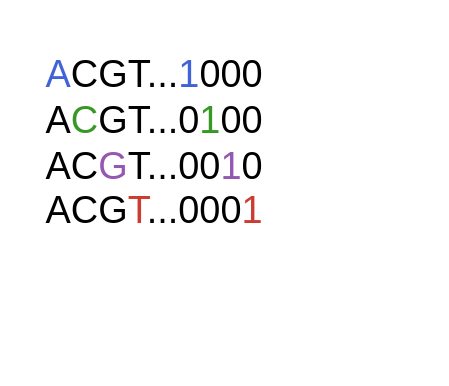
The draw.io diagram docs/src/assets/logo.drawio in camilogarciabotero/BioVossEncoder.jl, before the edit. Source tidied: cells renumbered, new cells numbered last; positions are measured from the earlier drawing's top-left corner, leaving out a move shared by most shapes. Both pictures are drawn from the tidied source at 158%, with x=0, y=0 at pixel (27, 27).
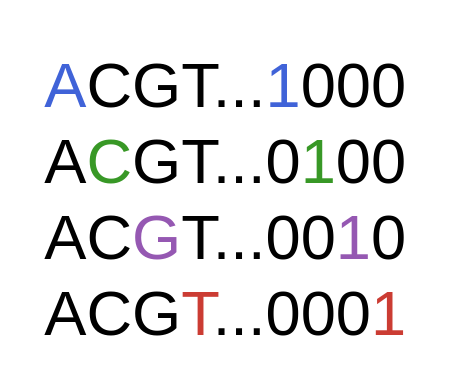
The same diagram, later.

What changed in the source:
```diff
@@
 <mxGraphModel>
   <root>
     <mxCell id="0" />
     <mxCell id="1" parent="0" />
-    <mxCell id="2" value="&lt;font color=&quot;#4063d8&quot; style=&quot;font-size: 24px;&quot;&gt;A&lt;/font&gt;&lt;font style=&quot;font-size: 24px;&quot;&gt;C&lt;/font&gt;&lt;font style=&quot;font-size: 24px;&quot;&gt;G&lt;/font&gt;&lt;font style=&quot;font-size: 24px;&quot;&gt;T&lt;/font&gt;...&lt;font color=&quot;#4063d8&quot; style=&quot;font-size: 24px;&quot;&gt;1&lt;/font&gt;000&lt;br style=&quot;font-size: 24px;&quot;&gt;&lt;font style=&quot;font-size: 24px;&quot;&gt;A&lt;/font&gt;&lt;font color=&quot;#389826&quot; style=&quot;font-size: 24px;&quot;&gt;C&lt;/font&gt;&lt;font style=&quot;font-size: 24px;&quot;&gt;G&lt;/font&gt;&lt;font style=&quot;font-size: 24px;&quot;&gt;T&lt;/font&gt;...0&lt;font color=&quot;#389826&quot; style=&quot;font-size: 24px;&quot;&gt;1&lt;/font&gt;00&lt;br style=&quot;font-size: 24px;&quot;&gt;&lt;font style=&quot;font-size: 24px;&quot;&gt;A&lt;/font&gt;&lt;font style=&quot;font-size: 24px;&quot;&gt;C&lt;/font&gt;&lt;font color=&quot;#9558b2&quot; style=&quot;font-size: 24px;&quot;&gt;G&lt;/font&gt;&lt;font style=&quot;font-size: 24px;&quot;&gt;T&lt;/font&gt;...00&lt;font color=&quot;#9558b2&quot; style=&quot;font-size: 24px;&quot;&gt;1&lt;/font&gt;0&lt;br style=&quot;font-size: 24px;&quot;&gt;&lt;font style=&quot;font-size: 24px;&quot;&gt;A&lt;/font&gt;&lt;font style=&quot;font-size: 24px;&quot;&gt;C&lt;/font&gt;&lt;font style=&quot;font-size: 24px;&quot;&gt;G&lt;/font&gt;&lt;font color=&quot;#cb3c33&quot; style=&quot;font-size: 24px;&quot;&gt;T&lt;/font&gt;...000&lt;font color=&quot;#cb3c33&quot; style=&quot;font-size: 24px;&quot;&gt;1&lt;/font&gt;" style="text;html=1;align=center;verticalAlign=middle;fillColor=none;rotation=0;fontSize=24;rounded=0;glass=0;horizontal=1;spacingTop=5;spacing=4;spacingLeft=0;labelBackgroundColor=none;labelBorderColor=none;" parent="1" vertex="1">
-      <mxGeometry width="160" height="140" as="geometry" />
+    <mxCell id="2" value="&lt;font style=&quot;font-size: 40px;&quot;&gt;&lt;font color=&quot;#4063d8&quot; style=&quot;font-size: 40px;&quot;&gt;A&lt;/font&gt;&lt;font style=&quot;font-size: 40px;&quot;&gt;C&lt;/font&gt;&lt;font style=&quot;font-size: 40px;&quot;&gt;G&lt;/font&gt;&lt;font style=&quot;font-size: 40px;&quot;&gt;T&lt;/font&gt;...&lt;font color=&quot;#4063d8&quot; style=&quot;font-size: 40px;&quot;&gt;1&lt;/font&gt;000&lt;br style=&quot;&quot;&gt;&lt;font style=&quot;font-size: 40px;&quot;&gt;A&lt;/font&gt;&lt;font color=&quot;#389826&quot; style=&quot;font-size: 40px;&quot;&gt;C&lt;/font&gt;&lt;font style=&quot;font-size: 40px;&quot;&gt;G&lt;/font&gt;&lt;font style=&quot;font-size: 40px;&quot;&gt;T&lt;/font&gt;...0&lt;font color=&quot;#389826&quot; style=&quot;font-size: 40px;&quot;&gt;1&lt;/font&gt;00&lt;br style=&quot;&quot;&gt;&lt;font style=&quot;font-size: 40px;&quot;&gt;A&lt;/font&gt;&lt;font style=&quot;font-size: 40px;&quot;&gt;C&lt;/font&gt;&lt;font color=&quot;#9558b2&quot; style=&quot;font-size: 40px;&quot;&gt;G&lt;/font&gt;&lt;font style=&quot;font-size: 40px;&quot;&gt;T&lt;/font&gt;...00&lt;font color=&quot;#9558b2&quot; style=&quot;font-size: 40px;&quot;&gt;1&lt;/font&gt;0&lt;br style=&quot;&quot;&gt;&lt;font style=&quot;font-size: 40px;&quot;&gt;A&lt;/font&gt;&lt;font style=&quot;font-size: 40px;&quot;&gt;C&lt;/font&gt;&lt;font style=&quot;font-size: 40px;&quot;&gt;G&lt;/font&gt;&lt;font color=&quot;#cb3c33&quot; style=&quot;font-size: 40px;&quot;&gt;T&lt;/font&gt;...000&lt;font color=&quot;#cb3c33&quot; style=&quot;font-size: 40px;&quot;&gt;1&lt;/font&gt;&lt;/font&gt;" style="text;html=1;align=center;verticalAlign=middle;fillColor=none;rotation=0;fontSize=24;rounded=0;glass=0;horizontal=1;spacingTop=5;spacing=4;spacingLeft=0;labelBackgroundColor=none;labelBorderColor=none;" parent="1" vertex="1">
+      <mxGeometry width="250" height="210" as="geometry" />
     </mxCell>
   </root>
 </mxGraphModel>
```
